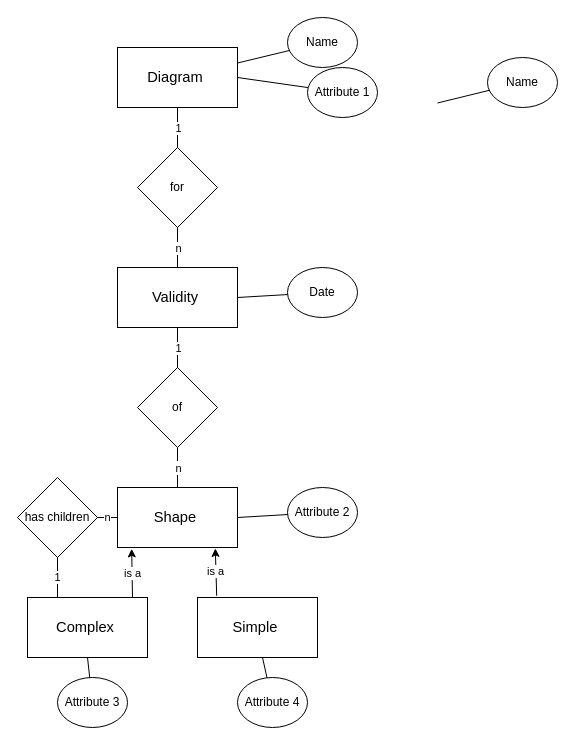
Earlier version of the draw.io diagram WP1_Design/projectx_erd.drawio (pfistdo/ProjectX_3DM). Source tidied: cells renumbered, new cells numbered last; positions are measured from the earlier drawing's top-left corner, leaving out a move shared by most shapes. Both pictures are drawn from the tidied source at 100%, with x=0, y=0 at pixel (17, 17).
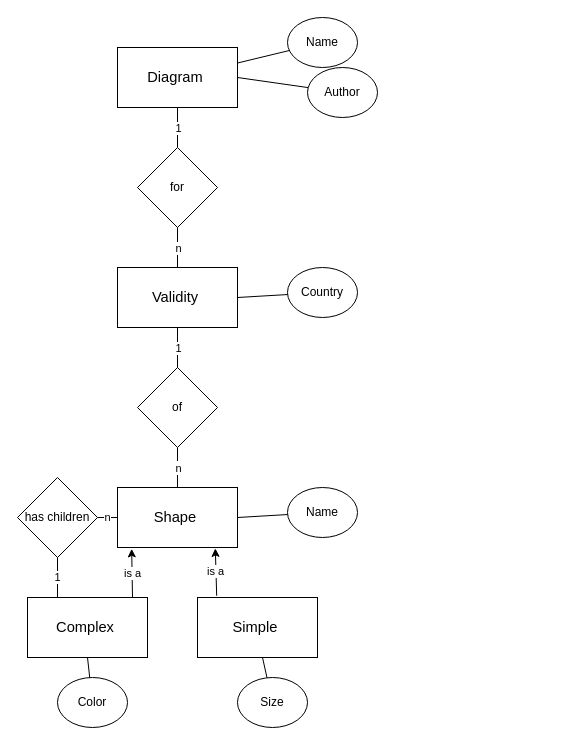
The same diagram, later.

Commit message (it also covers changes not shown here):
maven base + erd completed

Diff of the diagram source:
```diff
@@
-    <mxCell id="11" value="Attribute 1" style="ellipse;whiteSpace=wrap;html=1;fontStyle=0;" parent="1" vertex="1">
+    <mxCell id="11" value="Author" style="ellipse;whiteSpace=wrap;html=1;fontStyle=0;" parent="1" vertex="1">
       <mxGeometry x="290" y="50" width="70" height="50" as="geometry" />
     </mxCell>
@@
-    <mxCell id="13" value="Name" style="ellipse;whiteSpace=wrap;html=1;fontStyle=0;" parent="1" vertex="1">
-      <mxGeometry x="470" y="40" width="70" height="50" as="geometry" />
-    </mxCell>
-    <mxCell id="14" style="rounded=0;jettySize=auto;html=1;startArrow=none;startFill=0;endArrow=none;endFill=0;" parent="1" edge="1" target="13">
-      <mxGeometry relative="1" as="geometry">
-        <mxPoint x="420" y="85.5" as="sourcePoint" />
-      </mxGeometry>
-    </mxCell>
-    <mxCell id="15" value="Date" style="ellipse;whiteSpace=wrap;html=1;fontStyle=0;" parent="1" vertex="1">
+    <mxCell id="15" value="Country" style="ellipse;whiteSpace=wrap;html=1;fontStyle=0;" parent="1" vertex="1">
       <mxGeometry x="270" y="250" width="70" height="50" as="geometry" />
     </mxCell>
@@
-    <mxCell id="21" value="Attribute 2" style="ellipse;whiteSpace=wrap;html=1;fontStyle=0;" parent="1" vertex="1">
+    <mxCell id="21" value="Name" style="ellipse;whiteSpace=wrap;html=1;fontStyle=0;" parent="1" vertex="1">
       <mxGeometry x="270" y="470" width="70" height="50" as="geometry" />
     </mxCell>
@@
-    <mxCell id="29" value="Attribute 3" style="ellipse;whiteSpace=wrap;html=1;fontStyle=0;" parent="1" vertex="1">
+    <mxCell id="29" value="Color" style="ellipse;whiteSpace=wrap;html=1;fontStyle=0;" parent="1" vertex="1">
       <mxGeometry x="40" y="660" width="70" height="50" as="geometry" />
     </mxCell>
@@
-    <mxCell id="31" value="Attribute 4" style="ellipse;whiteSpace=wrap;html=1;fontStyle=0;" parent="1" vertex="1">
+    <mxCell id="31" value="Size" style="ellipse;whiteSpace=wrap;html=1;fontStyle=0;" parent="1" vertex="1">
       <mxGeometry x="220" y="660" width="70" height="50" as="geometry" />
     </mxCell>
```
